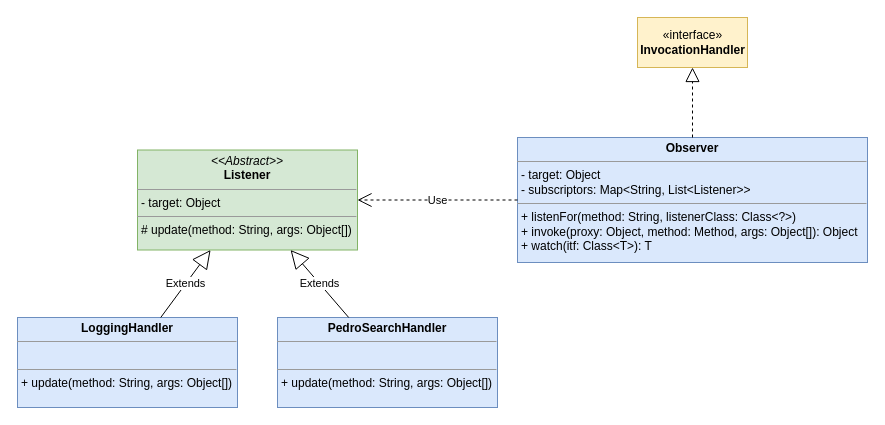
Before: docs/uml/observer_dynamic-proxy.drawio in sorribes22/TAP_DesignPatterns, a draw.io diagram. Source tidied: cells renumbered, new cells numbered last; positions are measured from the earlier drawing's top-left corner, leaving out a move shared by most shapes. Both pictures are drawn from the tidied source at 100%, with x=0, y=0 at pixel (17, 17).
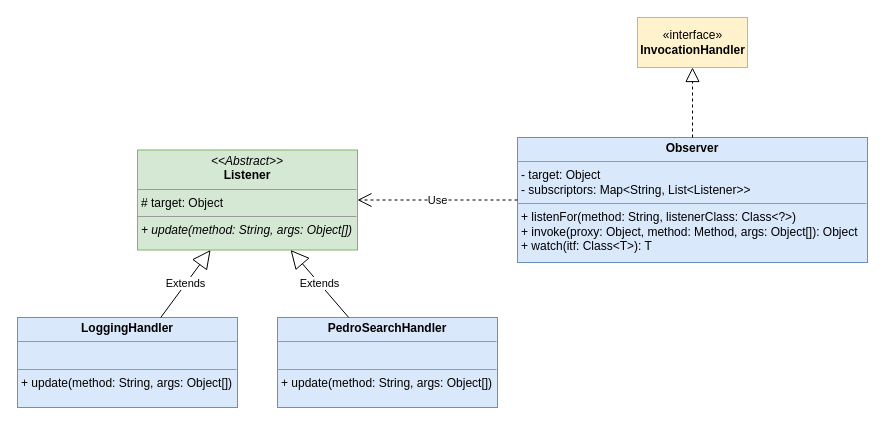
After the change.

Commit message (it also covers changes not shown here):
observer+dynamic proxy documentation

Diff of the diagram source:
```diff
@@
 <mxGraphModel>
   <root>
     <mxCell id="0" />
     <mxCell id="1" parent="0" />
-    <mxCell id="2" value="&lt;p style=&quot;margin: 0px ; margin-top: 4px ; text-align: center&quot;&gt;&lt;i&gt;&amp;lt;&amp;lt;Abstract&amp;gt;&amp;gt;&lt;/i&gt;&lt;br&gt;&lt;b&gt;Listener&lt;/b&gt;&lt;/p&gt;&lt;hr size=&quot;1&quot;&gt;&lt;p style=&quot;margin: 0px ; margin-left: 4px&quot;&gt;- target: Object&lt;/p&gt;&lt;hr size=&quot;1&quot;&gt;&lt;p style=&quot;margin: 0px ; margin-left: 4px&quot;&gt;# update(method: String, args: Object[])&lt;br&gt;&lt;/p&gt;" style="verticalAlign=top;align=left;overflow=fill;fontSize=12;fontFamily=Helvetica;html=1;fillColor=#d5e8d4;strokeColor=#82b366;" parent="1" vertex="1">
+    <mxCell id="2" value="&lt;p style=&quot;margin: 0px ; margin-top: 4px ; text-align: center&quot;&gt;&lt;i&gt;&amp;lt;&amp;lt;Abstract&amp;gt;&amp;gt;&lt;/i&gt;&lt;br&gt;&lt;b&gt;Listener&lt;/b&gt;&lt;/p&gt;&lt;hr size=&quot;1&quot;&gt;&lt;p style=&quot;margin: 0px ; margin-left: 4px&quot;&gt;# target: Object&lt;/p&gt;&lt;hr size=&quot;1&quot;&gt;&lt;p style=&quot;margin: 0px ; margin-left: 4px&quot;&gt;&lt;i&gt;+ update(method: String, args: Object[])&lt;/i&gt;&lt;br&gt;&lt;/p&gt;" style="verticalAlign=top;align=left;overflow=fill;fontSize=12;fontFamily=Helvetica;html=1;fillColor=#d5e8d4;strokeColor=#82b366;" parent="1" vertex="1">
       <mxGeometry x="120" y="132.5" width="220" height="100" as="geometry" />
     </mxCell>
     <mxCell id="3" value="&lt;p style=&quot;margin: 0px ; margin-top: 4px ; text-align: center&quot;&gt;&lt;b&gt;Observer&lt;/b&gt;&lt;/p&gt;&lt;hr size=&quot;1&quot;&gt;&lt;p style=&quot;margin: 0px ; margin-left: 4px&quot;&gt;- target: Object&lt;/p&gt;&lt;p style=&quot;margin: 0px ; margin-left: 4px&quot;&gt;- subscriptors: Map&amp;lt;String, List&amp;lt;Listener&amp;gt;&amp;gt;&lt;/p&gt;&lt;hr size=&quot;1&quot;&gt;&lt;p style=&quot;margin: 0px ; margin-left: 4px&quot;&gt;+ listenFor(method: String, listenerClass: Class&amp;lt;?&amp;gt;)&lt;/p&gt;&lt;p style=&quot;margin: 0px ; margin-left: 4px&quot;&gt;+ invoke(proxy: Object, method: Method, args: Object[]): Object&lt;/p&gt;&lt;p style=&quot;margin: 0px ; margin-left: 4px&quot;&gt;+ watch(itf: Class&amp;lt;T&amp;gt;): T&lt;/p&gt;" style="verticalAlign=top;align=left;overflow=fill;fontSize=12;fontFamily=Helvetica;html=1;fillColor=#dae8fc;strokeColor=#6c8ebf;" parent="1" vertex="1">
       <mxGeometry x="500" y="120" width="350" height="125" as="geometry" />
     </mxCell>
     <mxCell id="4" value="«interface»&lt;br&gt;&lt;b&gt;InvocationHandler&lt;/b&gt;" style="html=1;fillColor=#fff2cc;strokeColor=#d6b656;" parent="1" vertex="1">
       <mxGeometry x="620" width="110" height="50" as="geometry" />
     </mxCell>
     <mxCell id="5" style="endArrow=block;dashed=1;endFill=0;endSize=12;html=1;rounded=0;" parent="1" edge="1" source="3" target="4">
       <mxGeometry relative="1" as="geometry" />
     </mxCell>
     <mxCell id="6" value="Use" style="endArrow=open;endSize=12;dashed=1;html=1;rounded=0;" parent="1" edge="1" source="3" target="2">
       <mxGeometry relative="1" as="geometry" />
     </mxCell>
     <mxCell id="7" value="&lt;p style=&quot;margin: 0px ; margin-top: 4px ; text-align: center&quot;&gt;&lt;b&gt;LoggingHandler&lt;/b&gt;&lt;/p&gt;&lt;hr size=&quot;1&quot;&gt;&lt;p style=&quot;margin: 0px ; margin-left: 4px&quot;&gt;&lt;br&gt;&lt;/p&gt;&lt;hr size=&quot;1&quot;&gt;&lt;p style=&quot;margin: 0px ; margin-left: 4px&quot;&gt;+ update(method: String, args: Object[])&lt;br&gt;&lt;/p&gt;" style="verticalAlign=top;align=left;overflow=fill;fontSize=12;fontFamily=Helvetica;html=1;fillColor=#dae8fc;strokeColor=#6c8ebf;" parent="1" vertex="1">
       <mxGeometry y="300" width="220" height="90" as="geometry" />
     </mxCell>
     <mxCell id="8" value="&lt;p style=&quot;margin: 0px ; margin-top: 4px ; text-align: center&quot;&gt;&lt;b&gt;PedroSearchHandler&lt;/b&gt;&lt;/p&gt;&lt;hr size=&quot;1&quot;&gt;&lt;p style=&quot;margin: 0px ; margin-left: 4px&quot;&gt;&lt;br&gt;&lt;/p&gt;&lt;hr size=&quot;1&quot;&gt;&lt;p style=&quot;margin: 0px ; margin-left: 4px&quot;&gt;+ update(method: String, args: Object[])&lt;br&gt;&lt;/p&gt;" style="verticalAlign=top;align=left;overflow=fill;fontSize=12;fontFamily=Helvetica;html=1;fillColor=#dae8fc;strokeColor=#6c8ebf;" parent="1" vertex="1">
       <mxGeometry x="260" y="300" width="220" height="90" as="geometry" />
     </mxCell>
     <mxCell id="9" value="Extends" style="endArrow=block;endSize=16;endFill=0;html=1;rounded=0;" parent="1" edge="1" source="7" target="2">
       <mxGeometry relative="1" as="geometry" />
     </mxCell>
     <mxCell id="10" value="Extends" style="endArrow=block;endSize=16;endFill=0;html=1;rounded=0;" parent="1" edge="1" source="8" target="2">
       <mxGeometry relative="1" as="geometry" />
     </mxCell>
   </root>
 </mxGraphModel>
```
